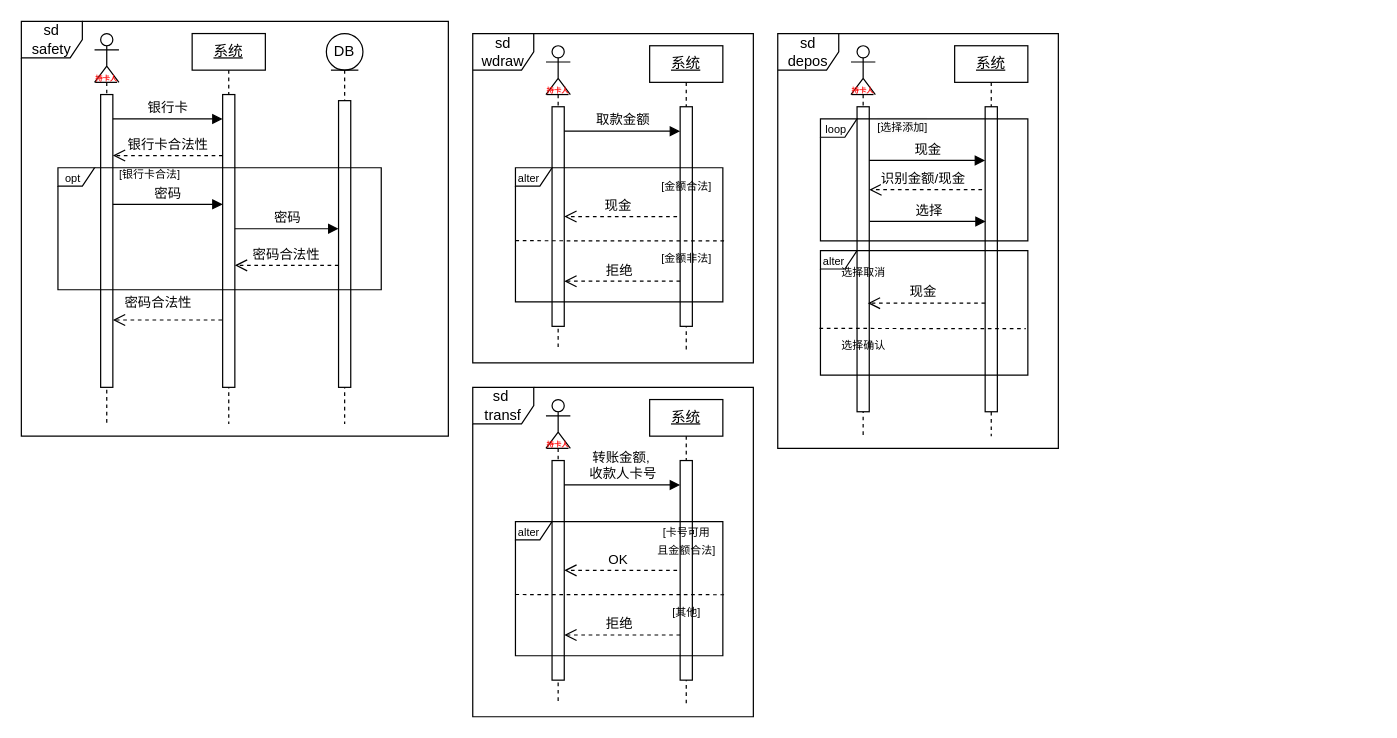
Above: page "顺序图" (3 of 4) of hw5/src/pic/Analysis.drawio in MojoisMojo/nju_-se2 (draw.io), before the change. Source tidied: cells renumbered, new cells numbered last; positions are measured from the earlier drawing's top-left corner, leaving out a move shared by most shapes. Both pictures are drawn from the tidied source at 122%, with x=0, y=0 at pixel (21, 21).
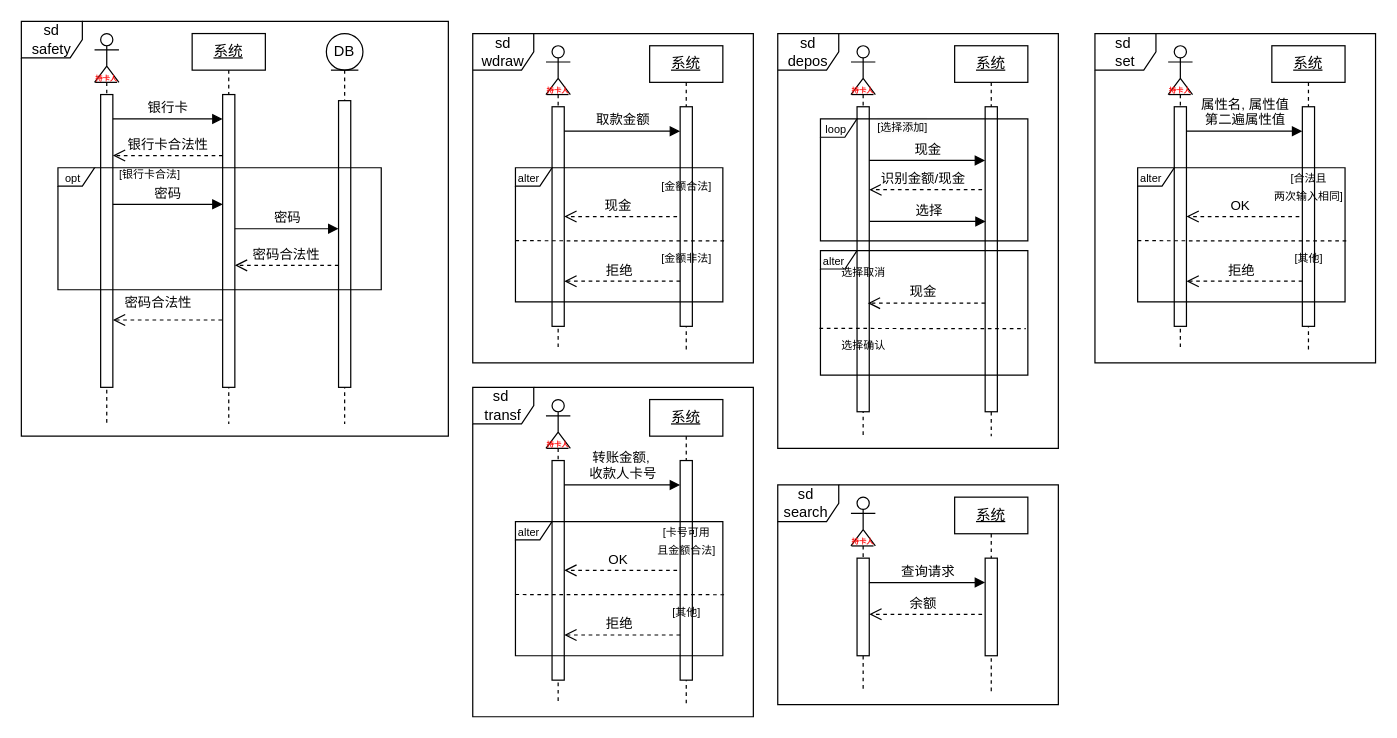
After the change.

The edit, as a diff of the source:
```diff
@@
+    <mxCell id="60" style="group;" parent="1" vertex="1">
+      <mxGeometry x="620" y="380" width="230" height="180" as="geometry" />
+    </mxCell>
+    <mxCell id="61" value="sd&amp;nbsp;&lt;div&gt;search&amp;nbsp;&lt;/div&gt;" style="shape=umlFrame;whiteSpace=wrap;html=1;width=50;height=30;" parent="60" vertex="1">
+      <mxGeometry width="230" height="180" as="geometry" />
+    </mxCell>
+    <mxCell id="62" value="&lt;div&gt;&lt;br&gt;&lt;/div&gt;&lt;div&gt;&lt;br&gt;&lt;/div&gt;&lt;div&gt;&lt;u style=&quot;background-color: initial; font-size: 6px;&quot;&gt;&lt;font color=&quot;#ff0f0f&quot;&gt;&lt;b&gt;持卡人&lt;/b&gt;&lt;/font&gt;&lt;/u&gt;&lt;br&gt;&lt;/div&gt;" style="shape=umlLifeline;perimeter=lifelinePerimeter;whiteSpace=wrap;html=1;newEdgeStyle={&quot;curved&quot;:0,&quot;rounded&quot;:0};participant=umlActor;size=40;" parent="60" vertex="1">
+      <mxGeometry x="60" y="10" width="20" height="160" as="geometry" />
+    </mxCell>
+    <mxCell id="63" style="html=1;perimeter=orthogonalPerimeter;targetShapes=umlLifeline;newEdgeStyle={&quot;curved&quot;:0,&quot;rounded&quot;:0};" parent="62" vertex="1">
+      <mxGeometry x="5" y="50" width="10" height="80" as="geometry" />
+    </mxCell>
+    <mxCell id="64" value="&lt;u&gt;系统&lt;/u&gt;" style="shape=umlLifeline;perimeter=lifelinePerimeter;whiteSpace=wrap;html=1;newEdgeStyle={&quot;curved&quot;:0,&quot;rounded&quot;:0};size=30;" parent="60" vertex="1">
+      <mxGeometry x="145" y="10" width="60" height="160" as="geometry" />
+    </mxCell>
+    <mxCell id="65" style="html=1;points=[[0,0,0,0,5],[0,1,0,0,-5],[1,0,0,0,5],[1,1,0,0,-5]];perimeter=orthogonalPerimeter;outlineConnect=0;targetShapes=umlLifeline;portConstraint=eastwest;newEdgeStyle={&quot;curved&quot;:0,&quot;rounded&quot;:0};" parent="64" vertex="1">
+      <mxGeometry x="25" y="50" width="10" height="80" as="geometry" />
+    </mxCell>
+    <mxCell id="66" value="查询请求" style="html=1;verticalAlign=bottom;endArrow=block;curved=0;rounded=0;" parent="60" edge="1" target="65">
+      <mxGeometry relative="1" as="geometry">
+        <mxPoint x="75" y="80" as="sourcePoint" />
+      </mxGeometry>
+    </mxCell>
+    <mxCell id="67" value="余额" style="html=1;verticalAlign=bottom;endArrow=open;dashed=1;endSize=8;curved=0;rounded=0;" parent="60" edge="1">
+      <mxGeometry x="0.05" relative="1" as="geometry">
+        <mxPoint x="167.5" y="106" as="sourcePoint" />
+        <mxPoint x="75" y="106" as="targetPoint" />
+        <Array as="points">
+          <mxPoint x="112.5" y="106" />
+        </Array>
+      </mxGeometry>
+    </mxCell>
+    <mxCell id="68" style="group;" parent="1" vertex="1">
+      <mxGeometry x="880" y="10" width="230" height="270" as="geometry" />
+    </mxCell>
+    <mxCell id="69" value="sd&amp;nbsp;&lt;div&gt;set&lt;/div&gt;" style="shape=umlFrame;whiteSpace=wrap;html=1;width=50;height=30;" parent="68" vertex="1">
+      <mxGeometry width="230" height="270" as="geometry" />
+    </mxCell>
+    <mxCell id="70" value="&lt;div&gt;&lt;br&gt;&lt;/div&gt;&lt;div&gt;&lt;br&gt;&lt;/div&gt;&lt;div&gt;&lt;u style=&quot;background-color: initial; font-size: 6px;&quot;&gt;&lt;font color=&quot;#ff0f0f&quot;&gt;&lt;b&gt;持卡人&lt;/b&gt;&lt;/font&gt;&lt;/u&gt;&lt;br&gt;&lt;/div&gt;" style="shape=umlLifeline;perimeter=lifelinePerimeter;whiteSpace=wrap;html=1;newEdgeStyle={&quot;curved&quot;:0,&quot;rounded&quot;:0};participant=umlActor;size=40;" parent="68" vertex="1">
+      <mxGeometry x="60" y="10" width="20" height="250" as="geometry" />
+    </mxCell>
+    <mxCell id="71" style="html=1;points=[[0,0,0,0,5],[0,1,0,0,-5],[1,0,0,0,5],[1,1,0,0,-5]];perimeter=orthogonalPerimeter;outlineConnect=0;targetShapes=umlLifeline;portConstraint=eastwest;newEdgeStyle={&quot;curved&quot;:0,&quot;rounded&quot;:0};" parent="70" vertex="1">
+      <mxGeometry x="5" y="50" width="10" height="180" as="geometry" />
+    </mxCell>
+    <mxCell id="72" value="&lt;u&gt;系统&lt;/u&gt;" style="shape=umlLifeline;perimeter=lifelinePerimeter;whiteSpace=wrap;html=1;newEdgeStyle={&quot;curved&quot;:0,&quot;rounded&quot;:0};size=30;" parent="68" vertex="1">
+      <mxGeometry x="145" y="10" width="60" height="250" as="geometry" />
+    </mxCell>
+    <mxCell id="73" style="html=1;points=[[0,0,0,0,5],[0,1,0,0,-5],[1,0,0,0,5],[1,1,0,0,-5]];perimeter=orthogonalPerimeter;outlineConnect=0;targetShapes=umlLifeline;portConstraint=eastwest;newEdgeStyle={&quot;curved&quot;:0,&quot;rounded&quot;:0};" parent="72" vertex="1">
+      <mxGeometry x="25" y="50" width="10" height="180" as="geometry" />
+    </mxCell>
+    <mxCell id="74" value="属性名, 属性值&lt;div&gt;第二遍属性值&lt;/div&gt;" style="html=1;verticalAlign=bottom;endArrow=block;curved=0;rounded=0;" parent="68" edge="1" target="73">
+      <mxGeometry relative="1" as="geometry">
+        <mxPoint x="75" y="80" as="sourcePoint" />
+      </mxGeometry>
+    </mxCell>
+    <mxCell id="75" value="&lt;font style=&quot;font-size: 9px;&quot;&gt;[&lt;/font&gt;&lt;span style=&quot;font-size: 9px; background-color: initial;&quot;&gt;合法&lt;/span&gt;&lt;span style=&quot;font-size: 9px;&quot;&gt;且&lt;/span&gt;&lt;div&gt;&lt;span style=&quot;font-size: 9px; background-color: initial;&quot;&gt;两次输入相同]&lt;/span&gt;&lt;/div&gt;" style="text;html=1;align=center;verticalAlign=middle;strokeColor=none;fillColor=none;" parent="68" vertex="1">
+      <mxGeometry x="135" y="105" width="80" height="40" as="geometry" />
+    </mxCell>
+    <mxCell id="76" value="&lt;div style=&quot;&quot;&gt;&lt;font style=&quot;font-size: 9px;&quot;&gt;alter&amp;nbsp; &amp;nbsp;&lt;/font&gt;&lt;/div&gt;" style="shape=umlFrame;whiteSpace=wrap;html=1;width=30;height=15;align=center;" parent="68" vertex="1">
+      <mxGeometry x="35" y="110" width="170" height="110" as="geometry" />
+    </mxCell>
+    <mxCell id="77" value="拒绝" style="html=1;verticalAlign=bottom;endArrow=open;dashed=1;endSize=8;curved=0;rounded=0;" parent="68" edge="1">
+      <mxGeometry x="0.05" relative="1" as="geometry">
+        <mxPoint x="170" y="203" as="sourcePoint" />
+        <mxPoint x="75" y="203" as="targetPoint" />
+        <Array as="points">
+          <mxPoint x="115" y="203" />
+        </Array>
+      </mxGeometry>
+    </mxCell>
+    <mxCell id="78" value="&lt;font style=&quot;font-size: 9px;&quot;&gt;[其他]&lt;/font&gt;" style="text;html=1;align=center;verticalAlign=middle;strokeColor=none;fillColor=none;" parent="68" vertex="1">
+      <mxGeometry x="150" y="169" width="50" height="30" as="geometry" />
+    </mxCell>
+    <mxCell id="79" value="OK" style="html=1;verticalAlign=bottom;endArrow=open;dashed=1;endSize=8;curved=0;rounded=0;" parent="68" edge="1" target="71">
+      <mxGeometry x="0.05" relative="1" as="geometry">
+        <mxPoint x="167.5" y="150" as="sourcePoint" />
+        <Array as="points">
+          <mxPoint x="112.5" y="150" />
+        </Array>
+      </mxGeometry>
+    </mxCell>
+    <mxCell id="80" style="endArrow=none;endSize=12;html=1;rounded=0;endFill=0;dashed=1;" parent="68" edge="1">
+      <mxGeometry relative="1" as="geometry">
+        <mxPoint x="35" y="169.8" as="sourcePoint" />
+        <mxPoint x="207" y="170" as="targetPoint" />
+      </mxGeometry>
+    </mxCell>
```
